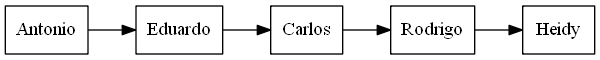
Above: RepPostorden.png in loumisha96/EDD_1S2020_PY1_201602935 (Graphviz), before the change. Its source is kept beside it as RepPostorden.dot.
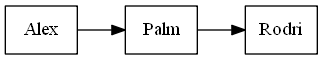
Later version of the same file.

The edit, as a diff of the source:
```diff
@@ -1,4 +1,4 @@
 digraph G{
 rankdir = LR;
 node [shape= record];
-Antonio->Eduardo->Carlos->Rodrigo->Heidy}
+Alex->Palm->Rodri}
```
